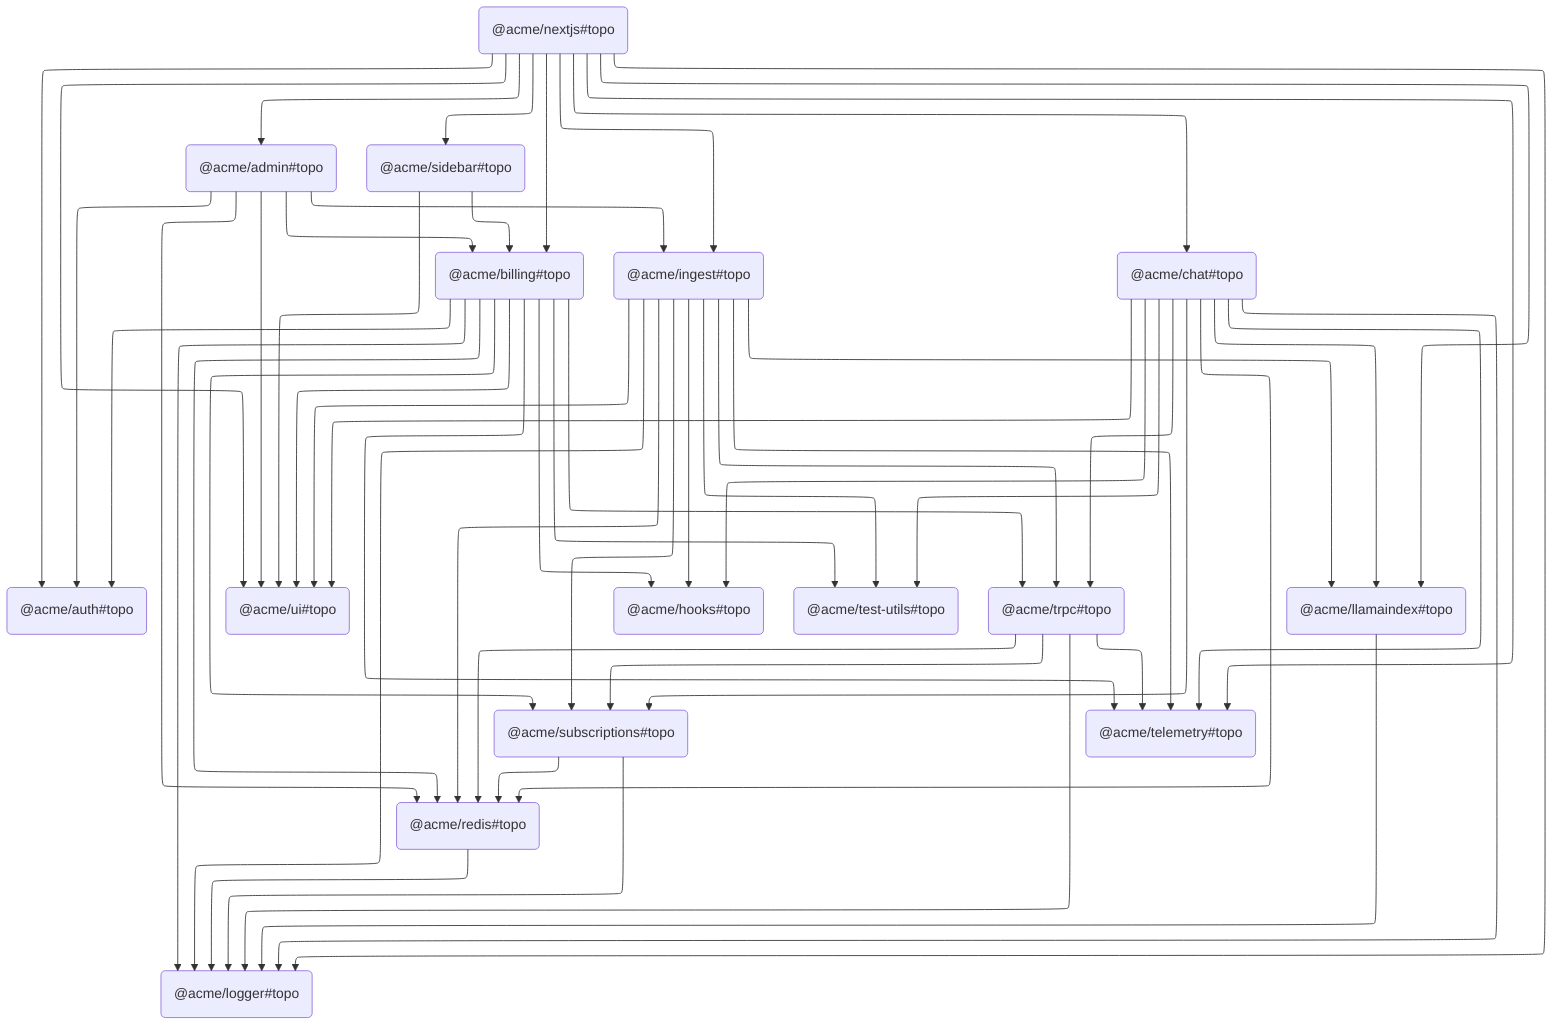
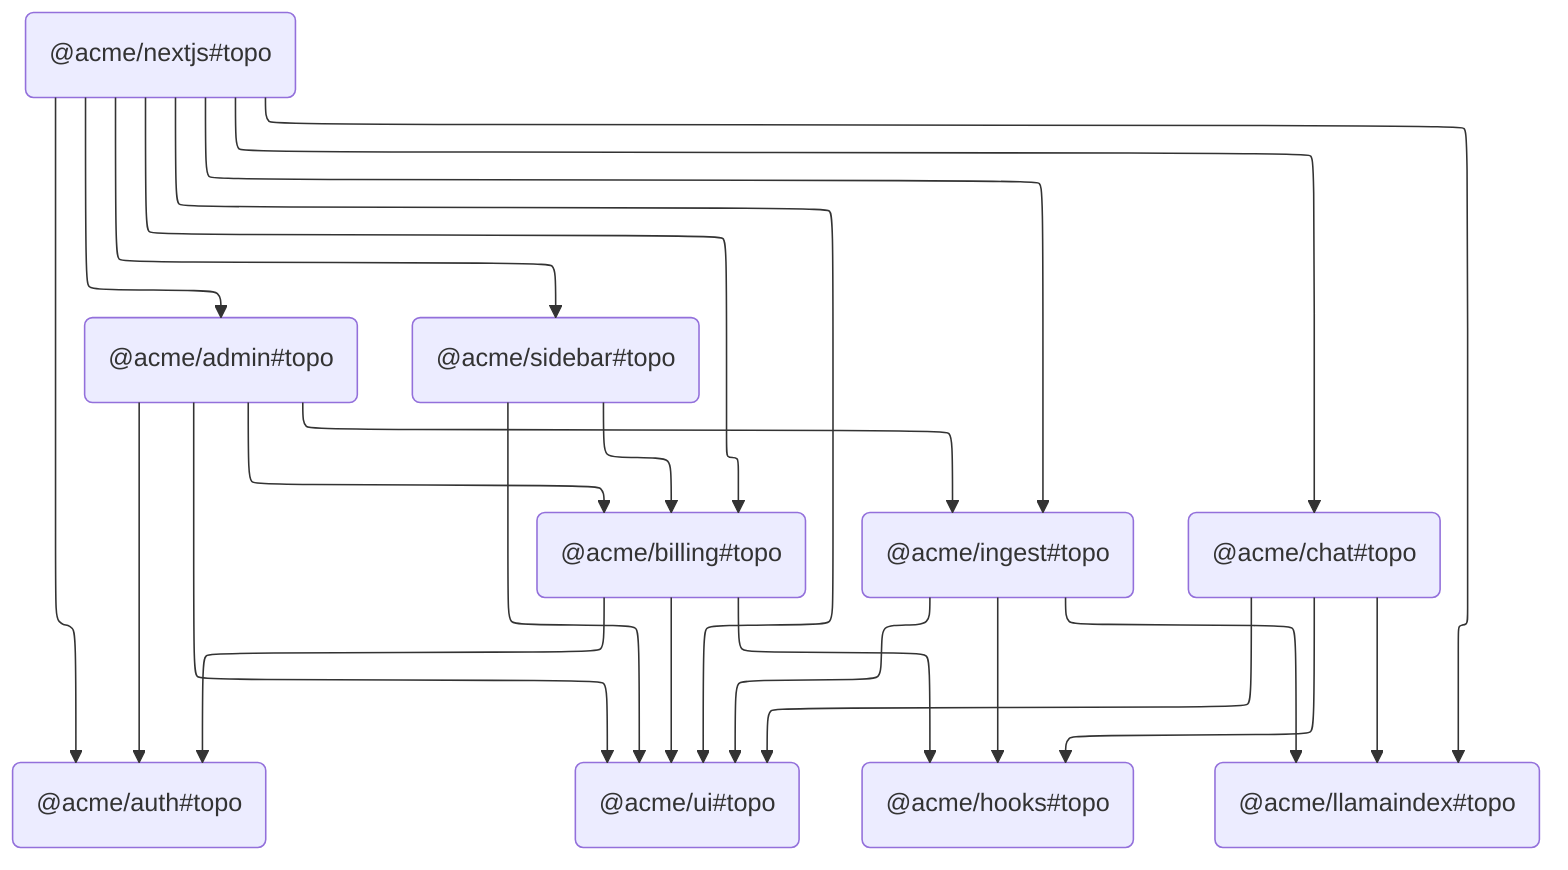
---
config:
  layout: elk
---
graph TD
	QHZT("@acme/admin#topo") --> ETTT("@acme/auth#topo")
	QHZT("@acme/admin#topo") --> JEGP("@acme/billing#topo")
	QHZT("@acme/admin#topo") --> LRHC("@acme/ingest#topo")
- 	QHZT("@acme/admin#topo") --> VELR("@acme/redis#topo")
	QHZT("@acme/admin#topo") --> WCIN("@acme/ui#topo")
	JEGP("@acme/billing#topo") --> ETTT("@acme/auth#topo")
	JEGP("@acme/billing#topo") --> TPBW("@acme/hooks#topo")
- 	JEGP("@acme/billing#topo") --> BHWE("@acme/logger#topo")
- 	JEGP("@acme/billing#topo") --> VELR("@acme/redis#topo")
- 	JEGP("@acme/billing#topo") --> MKNG("@acme/subscriptions#topo")
- 	JEGP("@acme/billing#topo") --> IRKD("@acme/telemetry#topo")
- 	JEGP("@acme/billing#topo") --> UWBQ("@acme/test-utils#topo")
- 	JEGP("@acme/billing#topo") --> FBWM("@acme/trpc#topo")
	JEGP("@acme/billing#topo") --> WCIN("@acme/ui#topo")
	GVMR("@acme/chat#topo") --> TPBW("@acme/hooks#topo")
	GVMR("@acme/chat#topo") --> ITTZ("@acme/llamaindex#topo")
- 	GVMR("@acme/chat#topo") --> BHWE("@acme/logger#topo")
- 	GVMR("@acme/chat#topo") --> VELR("@acme/redis#topo")
- 	GVMR("@acme/chat#topo") --> MKNG("@acme/subscriptions#topo")
- 	GVMR("@acme/chat#topo") --> IRKD("@acme/telemetry#topo")
- 	GVMR("@acme/chat#topo") --> UWBQ("@acme/test-utils#topo")
- 	GVMR("@acme/chat#topo") --> FBWM("@acme/trpc#topo")
	GVMR("@acme/chat#topo") --> WCIN("@acme/ui#topo")
	LRHC("@acme/ingest#topo") --> TPBW("@acme/hooks#topo")
	LRHC("@acme/ingest#topo") --> ITTZ("@acme/llamaindex#topo")
- 	LRHC("@acme/ingest#topo") --> BHWE("@acme/logger#topo")
- 	LRHC("@acme/ingest#topo") --> VELR("@acme/redis#topo")
- 	LRHC("@acme/ingest#topo") --> MKNG("@acme/subscriptions#topo")
- 	LRHC("@acme/ingest#topo") --> IRKD("@acme/telemetry#topo")
- 	LRHC("@acme/ingest#topo") --> UWBQ("@acme/test-utils#topo")
- 	LRHC("@acme/ingest#topo") --> FBWM("@acme/trpc#topo")
	LRHC("@acme/ingest#topo") --> WCIN("@acme/ui#topo")
- 	ITTZ("@acme/llamaindex#topo") --> BHWE("@acme/logger#topo")
	NEPG("@acme/nextjs#topo") --> QHZT("@acme/admin#topo")
	NEPG("@acme/nextjs#topo") --> ETTT("@acme/auth#topo")
	NEPG("@acme/nextjs#topo") --> JEGP("@acme/billing#topo")
	NEPG("@acme/nextjs#topo") --> GVMR("@acme/chat#topo")
	NEPG("@acme/nextjs#topo") --> LRHC("@acme/ingest#topo")
	NEPG("@acme/nextjs#topo") --> ITTZ("@acme/llamaindex#topo")
- 	NEPG("@acme/nextjs#topo") --> BHWE("@acme/logger#topo")
	NEPG("@acme/nextjs#topo") --> WJGP("@acme/sidebar#topo")
- 	NEPG("@acme/nextjs#topo") --> IRKD("@acme/telemetry#topo")
	NEPG("@acme/nextjs#topo") --> WCIN("@acme/ui#topo")
- 	VELR("@acme/redis#topo") --> BHWE("@acme/logger#topo")
	WJGP("@acme/sidebar#topo") --> JEGP("@acme/billing#topo")
	WJGP("@acme/sidebar#topo") --> WCIN("@acme/ui#topo")
- 	MKNG("@acme/subscriptions#topo") --> BHWE("@acme/logger#topo")
- 	MKNG("@acme/subscriptions#topo") --> VELR("@acme/redis#topo")
- 	FBWM("@acme/trpc#topo") --> BHWE("@acme/logger#topo")
- 	FBWM("@acme/trpc#topo") --> VELR("@acme/redis#topo")
- 	FBWM("@acme/trpc#topo") --> MKNG("@acme/subscriptions#topo")
- 	FBWM("@acme/trpc#topo") --> IRKD("@acme/telemetry#topo")
